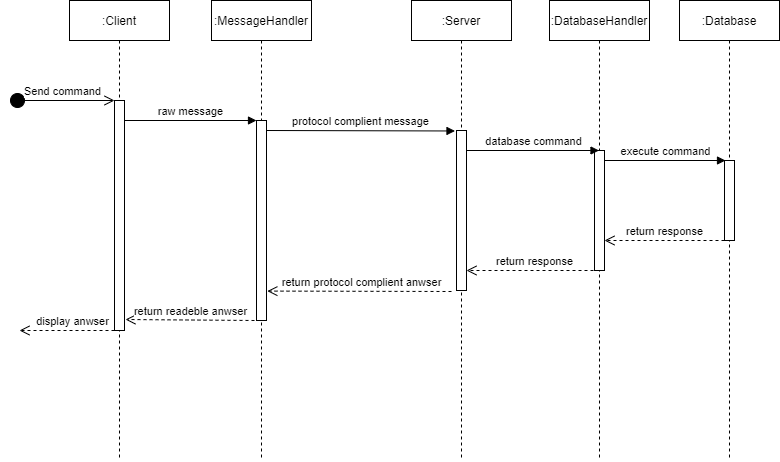
Above: SequenceUML.png in JonathanBenitez/EDAF50-projekt (draw.io), before the change. Source tidied: cells renumbered, new cells last; positions are measured from the earlier drawing's top-left corner, leaving out a move shared by most shapes.
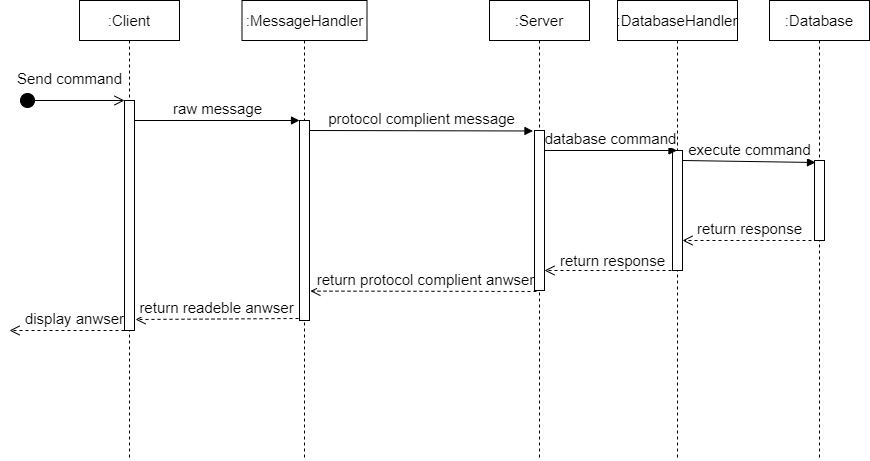
Above is the later version.

Change to the diagram source:
```diff
@@ -2,89 +2,84 @@
   <root>
     <mxCell id="0" />
     <mxCell id="1" parent="0" />
-    <mxCell id="2" value=":Client&lt;br&gt;" style="shape=umlLifeline;perimeter=lifelinePerimeter;whiteSpace=wrap;html=1;" parent="1" vertex="1">
+    <mxCell id="2" value=":Client&lt;br style=&quot;font-size: 15px;&quot;&gt;" style="shape=umlLifeline;perimeter=lifelinePerimeter;whiteSpace=wrap;html=1;fontSize=15;" parent="1" vertex="1">
       <mxGeometry x="60" width="100" height="460" as="geometry" />
     </mxCell>
-    <mxCell id="3" value="Send command" style="html=1;verticalAlign=bottom;startArrow=circle;startFill=1;endArrow=open;startSize=6;endSize=8;" parent="1" edge="1">
-      <mxGeometry relative="1" as="geometry">
+    <mxCell id="3" value="Send command" style="html=1;verticalAlign=bottom;startArrow=circle;startFill=1;endArrow=open;startSize=6;endSize=8;fontSize=15;" parent="1" edge="1">
+      <mxGeometry x="-0.05" y="10" relative="1" as="geometry">
         <mxPoint y="100" as="sourcePoint" />
         <mxPoint x="105" y="100" as="targetPoint" />
       </mxGeometry>
     </mxCell>
-    <mxCell id="4" style="html=1;perimeter=orthogonalPerimeter;" parent="1" vertex="1">
+    <mxCell id="4" style="html=1;perimeter=orthogonalPerimeter;fontSize=15;" parent="1" vertex="1">
       <mxGeometry x="105" y="100" width="10" height="230" as="geometry" />
     </mxCell>
-    <mxCell id="5" value=":MessageHandler" style="shape=umlLifeline;perimeter=lifelinePerimeter;whiteSpace=wrap;html=1;" parent="1" vertex="1">
-      <mxGeometry x="202" width="100" height="460" as="geometry" />
+    <mxCell id="5" value=":MessageHandler" style="shape=umlLifeline;perimeter=lifelinePerimeter;whiteSpace=wrap;html=1;fontSize=15;" parent="1" vertex="1">
+      <mxGeometry x="222.5" width="125" height="460" as="geometry" />
     </mxCell>
-    <mxCell id="6" style="html=1;points=[];perimeter=orthogonalPerimeter;" parent="1" vertex="1">
-      <mxGeometry x="247" y="120" width="10" height="200" as="geometry" />
+    <mxCell id="6" style="html=1;points=[];perimeter=orthogonalPerimeter;fontSize=15;" parent="1" vertex="1">
+      <mxGeometry x="280" y="120" width="10" height="200" as="geometry" />
     </mxCell>
-    <mxCell id="7" value="raw message" style="html=1;verticalAlign=bottom;endArrow=block;" parent="1" edge="1" target="6">
+    <mxCell id="7" value="raw message" style="html=1;verticalAlign=bottom;endArrow=block;fontSize=15;" parent="1" edge="1" target="6">
       <mxGeometry relative="1" as="geometry">
         <mxPoint x="115" y="120" as="sourcePoint" />
       </mxGeometry>
     </mxCell>
-    <mxCell id="8" value=":Server" style="shape=umlLifeline;perimeter=lifelinePerimeter;whiteSpace=wrap;html=1;" parent="1" vertex="1">
-      <mxGeometry x="402" width="100" height="460" as="geometry" />
+    <mxCell id="8" value=":Server" style="shape=umlLifeline;perimeter=lifelinePerimeter;whiteSpace=wrap;html=1;fontSize=15;" parent="1" vertex="1">
+      <mxGeometry x="470" width="100" height="460" as="geometry" />
     </mxCell>
-    <mxCell id="9" style="html=1;points=[];perimeter=orthogonalPerimeter;" parent="1" vertex="1">
-      <mxGeometry x="447" y="130" width="10" height="160" as="geometry" />
+    <mxCell id="9" style="html=1;points=[];perimeter=orthogonalPerimeter;fontSize=15;" parent="1" vertex="1">
+      <mxGeometry x="515" y="130" width="10" height="160" as="geometry" />
     </mxCell>
-    <mxCell id="10" value="protocol complient message" style="html=1;verticalAlign=bottom;endArrow=block;entryX=-0.15;entryY=0.003;entryDx=0;entryDy=0;entryPerimeter=0;" parent="1" edge="1" target="9">
+    <mxCell id="10" value="protocol complient message" style="html=1;verticalAlign=bottom;endArrow=block;entryX=-0.15;entryY=0.003;entryDx=0;entryDy=0;entryPerimeter=0;fontSize=15;" parent="1" edge="1" target="9">
       <mxGeometry relative="1" as="geometry">
-        <mxPoint x="257" y="130" as="sourcePoint" />
+        <mxPoint x="290" y="130" as="sourcePoint" />
       </mxGeometry>
     </mxCell>
-    <mxCell id="11" value=":DatabaseHandler" style="shape=umlLifeline;perimeter=lifelinePerimeter;whiteSpace=wrap;html=1;outlineConnect=0;" parent="1" vertex="1">
-      <mxGeometry x="540" width="100" height="460" as="geometry" />
+    <mxCell id="11" value=":DatabaseHandler" style="shape=umlLifeline;perimeter=lifelinePerimeter;whiteSpace=wrap;html=1;outlineConnect=0;fontSize=15;" parent="1" vertex="1">
+      <mxGeometry x="598" width="120" height="460" as="geometry" />
     </mxCell>
-    <mxCell id="12" style="html=1;points=[];perimeter=orthogonalPerimeter;" parent="1" vertex="1">
-      <mxGeometry x="585" y="150" width="10" height="120" as="geometry" />
+    <mxCell id="12" style="html=1;points=[];perimeter=orthogonalPerimeter;fontSize=15;" parent="1" vertex="1">
+      <mxGeometry x="653" y="150" width="10" height="120" as="geometry" />
     </mxCell>
-    <mxCell id="13" value="database command" style="html=1;verticalAlign=bottom;endArrow=block;" parent="1" edge="1" target="11">
+    <mxCell id="13" value="database command" style="html=1;verticalAlign=bottom;endArrow=block;fontSize=15;" parent="1" edge="1">
       <mxGeometry relative="1" as="geometry">
-        <mxPoint x="457" y="150" as="sourcePoint" />
+        <mxPoint x="525" y="150" as="sourcePoint" />
+        <mxPoint x="657.5" y="150" as="targetPoint" />
       </mxGeometry>
     </mxCell>
-    <mxCell id="14" value=":Database" style="shape=umlLifeline;perimeter=lifelinePerimeter;whiteSpace=wrap;html=1;" parent="1" vertex="1">
-      <mxGeometry x="670" width="100" height="460" as="geometry" />
+    <mxCell id="14" value=":Database" style="shape=umlLifeline;perimeter=lifelinePerimeter;whiteSpace=wrap;html=1;fontSize=15;" parent="1" vertex="1">
+      <mxGeometry x="750" width="100" height="460" as="geometry" />
     </mxCell>
-    <mxCell id="15" style="html=1;points=[];perimeter=orthogonalPerimeter;" parent="1" vertex="1">
-      <mxGeometry x="715" y="160" width="10" height="80" as="geometry" />
+    <mxCell id="15" style="html=1;points=[];perimeter=orthogonalPerimeter;fontSize=15;" parent="1" vertex="1">
+      <mxGeometry x="795" y="160" width="10" height="80" as="geometry" />
     </mxCell>
-    <mxCell id="16" value="execute command" style="html=1;verticalAlign=bottom;endArrow=block;" parent="1" edge="1">
+    <mxCell id="16" value="execute command" style="html=1;verticalAlign=bottom;endArrow=block;fontSize=15;entryX=0.1;entryY=0.025;entryDx=0;entryDy=0;entryPerimeter=0;" parent="1" edge="1" target="15">
       <mxGeometry relative="1" as="geometry">
-        <mxPoint x="595" y="160" as="sourcePoint" />
-        <mxPoint x="716" y="160" as="targetPoint" />
+        <mxPoint x="663" y="160" as="sourcePoint" />
       </mxGeometry>
     </mxCell>
-    <mxCell id="17" value="return response" style="html=1;verticalAlign=bottom;endArrow=open;dashed=1;endSize=8;" parent="1" edge="1" target="12">
-      <mxGeometry relative="1" as="geometry">
-        <mxPoint x="715" y="240" as="sourcePoint" />
-      </mxGeometry>
+    <mxCell id="17" value="return response" style="html=1;verticalAlign=bottom;endArrow=open;dashed=1;endSize=8;fontSize=15;exitX=0.3;exitY=1;exitDx=0;exitDy=0;exitPerimeter=0;" parent="1" edge="1" source="15" target="12">
+      <mxGeometry relative="1" as="geometry" />
     </mxCell>
-    <mxCell id="18" style="html=1;verticalAlign=bottom;endArrow=open;dashed=1;endSize=8;exitX=0.5;exitY=1;exitDx=0;exitDy=0;exitPerimeter=0;" parent="1" edge="1" source="12" target="9">
+    <mxCell id="18" style="html=1;verticalAlign=bottom;endArrow=open;dashed=1;endSize=8;exitX=0.5;exitY=1;exitDx=0;exitDy=0;exitPerimeter=0;fontSize=15;" parent="1" edge="1" source="12" target="9">
       <mxGeometry relative="1" as="geometry" />
     </mxCell>
-    <mxCell id="19" value="return protocol complient anwser" style="html=1;verticalAlign=bottom;endArrow=open;dashed=1;endSize=8;entryX=1.083;entryY=0.853;entryDx=0;entryDy=0;entryPerimeter=0;" parent="1" edge="1" target="6">
-      <mxGeometry x="-0.02" relative="1" as="geometry">
-        <mxPoint x="442" y="291" as="sourcePoint" />
-      </mxGeometry>
+    <mxCell id="19" value="return protocol complient anwser" style="html=1;verticalAlign=bottom;endArrow=open;dashed=1;endSize=8;entryX=1.083;entryY=0.853;entryDx=0;entryDy=0;entryPerimeter=0;fontSize=15;exitX=0.2;exitY=1.006;exitDx=0;exitDy=0;exitPerimeter=0;" parent="1" edge="1" source="9" target="6">
+      <mxGeometry x="-0.02" relative="1" as="geometry" />
     </mxCell>
-    <mxCell id="20" value="return readeble anwser" style="html=1;verticalAlign=bottom;endArrow=open;dashed=1;endSize=8;" parent="1" edge="1">
+    <mxCell id="20" value="return readeble anwser" style="html=1;verticalAlign=bottom;endArrow=open;dashed=1;endSize=8;fontSize=15;exitX=-0.1;exitY=0.99;exitDx=0;exitDy=0;exitPerimeter=0;" parent="1" edge="1" source="6">
       <mxGeometry relative="1" as="geometry">
-        <mxPoint x="245" y="320" as="sourcePoint" />
         <mxPoint x="116" y="319" as="targetPoint" />
       </mxGeometry>
     </mxCell>
-    <mxCell id="21" value="&lt;span style=&quot;font-size: 11px ; background-color: rgb(255 , 255 , 255)&quot;&gt;return response&lt;/span&gt;" style="text;html=1;align=center;verticalAlign=middle;strokeColor=none;" parent="1" vertex="1">
-      <mxGeometry x="480" y="250" width="90" height="20" as="geometry" />
+    <mxCell id="21" value="&lt;span style=&quot;font-size: 15px; background-color: rgb(255, 255, 255);&quot;&gt;return response&lt;/span&gt;" style="text;html=1;align=center;verticalAlign=middle;strokeColor=none;fontSize=15;" parent="1" vertex="1">
+      <mxGeometry x="533" y="250" width="120" height="20" as="geometry" />
     </mxCell>
-    <mxCell id="22" value="display anwser" style="html=1;verticalAlign=bottom;endArrow=open;dashed=1;endSize=8;" parent="1" edge="1">
+    <mxCell id="22" value="display anwser" style="html=1;verticalAlign=bottom;endArrow=open;dashed=1;endSize=8;fontSize=15;" parent="1" edge="1">
       <mxGeometry x="-0.12" relative="1" as="geometry">
         <mxPoint x="105" y="330" as="sourcePoint" />
-        <mxPoint x="10" y="330" as="targetPoint" />
+        <mxPoint x="-10" y="330" as="targetPoint" />
       </mxGeometry>
     </mxCell>
   </root>
```
